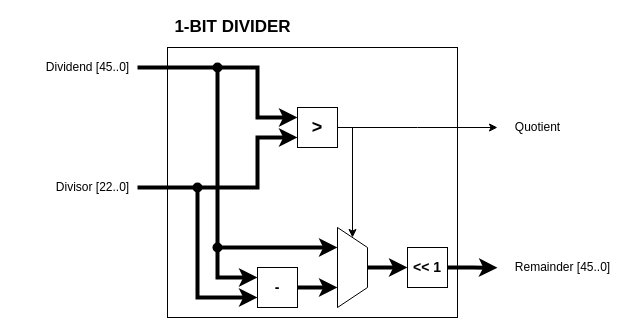
Earlier version of the draw.io diagram page "1-bit Divider" (12 of 15) of Diagrams/Floating-point.drawio (hohaicongthuan/Project-2). Source tidied: cells renumbered, new cells numbered last; positions are measured from the earlier drawing's top-left corner, leaving out a move shared by most shapes. Both pictures are drawn from the tidied source at 100%, with x=0, y=0 at pixel (37, 17).
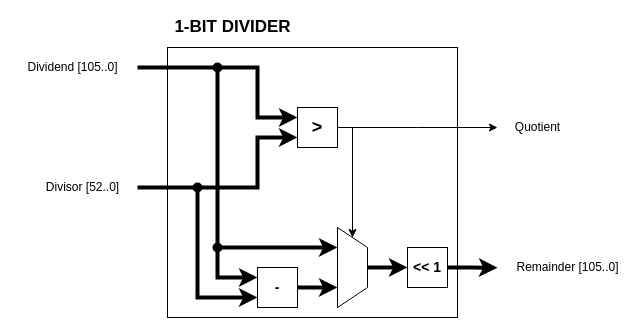
The same diagram, later.

Diff of the diagram source:
```diff
@@
-    <mxCell id="4" value="Dividend [45..0]" style="text;html=1;align=center;verticalAlign=middle;strokeColor=none;fillColor=none;" parent="1" vertex="1">
-      <mxGeometry y="40" width="100" height="20" as="geometry" />
+    <mxCell id="4" value="Dividend [105..0]" style="text;html=1;align=center;verticalAlign=middle;strokeColor=none;fillColor=none;" parent="1" vertex="1">
+      <mxGeometry x="-20" y="40" width="110" height="20" as="geometry" />
     </mxCell>
@@
-    <mxCell id="6" value="Divisor [22..0]" style="text;html=1;align=center;verticalAlign=middle;strokeColor=none;fillColor=none;" parent="1" vertex="1">
-      <mxGeometry x="10" y="160" width="90" height="20" as="geometry" />
+    <mxCell id="6" value="Divisor [52..0]" style="text;html=1;align=center;verticalAlign=middle;strokeColor=none;fillColor=none;" parent="1" vertex="1">
+      <mxGeometry y="160" width="90" height="20" as="geometry" />
     </mxCell>
@@
-    <mxCell id="20" value="Remainder [45..0]" style="text;html=1;align=center;verticalAlign=middle;strokeColor=none;fillColor=none;" parent="1" vertex="1">
-      <mxGeometry x="470" y="240" width="110" height="20" as="geometry" />
+    <mxCell id="20" value="Remainder [105..0]" style="text;html=1;align=center;verticalAlign=middle;strokeColor=none;fillColor=none;" parent="1" vertex="1">
+      <mxGeometry x="470" y="240" width="120" height="20" as="geometry" />
     </mxCell>
```
